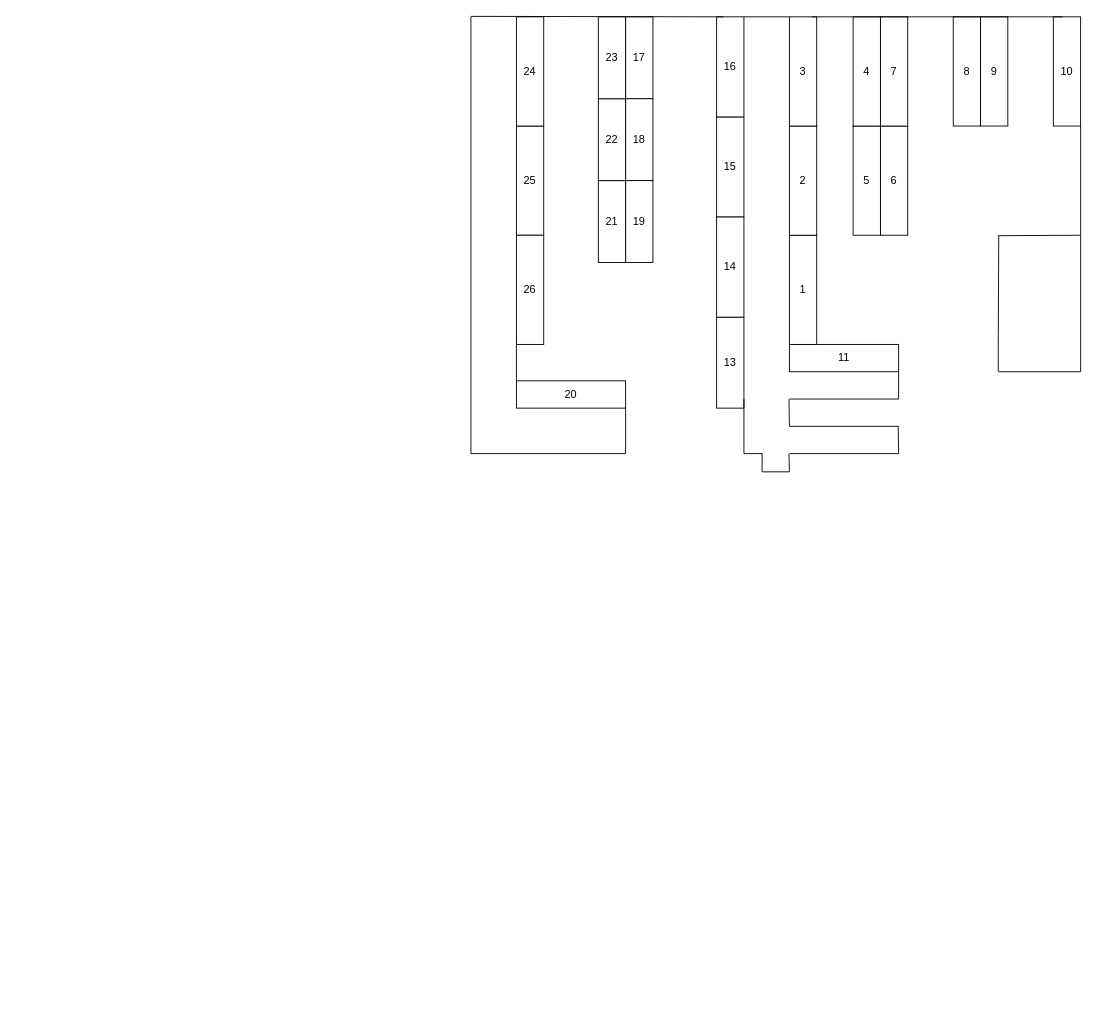
Before: doc/D区驿站平面图.drawio in 2685508440/Parcel_Delivery_Opt, a draw.io diagram. Source tidied: cells renumbered, new cells numbered last; positions are measured from the earlier drawing's top-left corner, leaving out a move shared by most shapes. Both pictures are drawn from the tidied source at 91%, with x=0, y=0 at pixel (470, 16).
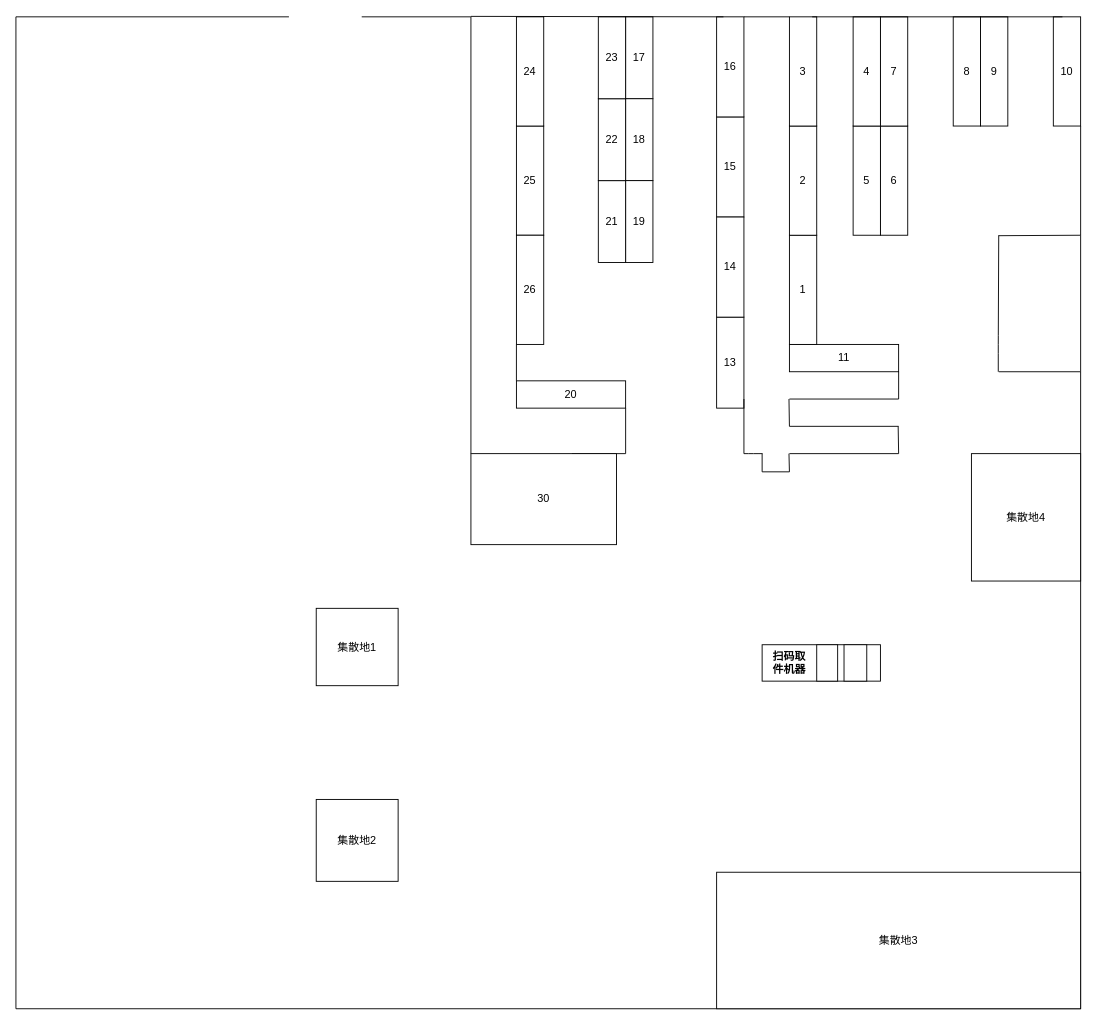
Above is the later version.

Commit message:
Update D区驿站平面图.drawio

Diff of the diagram source:
```diff
@@
     <mxCell id="44" style="endArrow=none;html=1;" parent="1" edge="1">
       <mxGeometry relative="1" as="geometry">
-        <mxPoint y="480" as="sourcePoint" />
+        <mxPoint x="111" y="480" as="sourcePoint" />
         <mxPoint x="170" y="480" as="targetPoint" />
       </mxGeometry>
     </mxCell>
@@
+    <mxCell id="50" value="30" style="rounded=0;whiteSpace=wrap;html=1;" parent="1" vertex="1">
+      <mxGeometry y="480" width="160" height="100" as="geometry" />
+    </mxCell>
+    <mxCell id="51" style="endArrow=none;html=1;" parent="1" edge="1" target="50">
+      <mxGeometry relative="1" as="geometry">
+        <mxPoint y="480" as="sourcePoint" />
+      </mxGeometry>
+    </mxCell>
+    <mxCell id="52" style="rounded=0;whiteSpace=wrap;html=1;" parent="1" vertex="1">
+      <mxGeometry x="320" y="690" width="130" height="40" as="geometry" />
+    </mxCell>
+    <mxCell id="53" style="rounded=0;whiteSpace=wrap;html=1;" parent="1" vertex="1">
+      <mxGeometry x="410" y="690" width="25" height="40" as="geometry" />
+    </mxCell>
+    <mxCell id="54" style="rounded=0;whiteSpace=wrap;html=1;" parent="1" vertex="1">
+      <mxGeometry x="380" y="690" width="23" height="40" as="geometry" />
+    </mxCell>
+    <mxCell id="55" value="&lt;h4&gt;扫码取件机器&lt;/h4&gt;" style="text;html=1;strokeColor=none;fillColor=none;align=center;verticalAlign=middle;whiteSpace=wrap;rounded=0;" parent="1" vertex="1">
+      <mxGeometry x="330" y="695" width="40" height="30" as="geometry" />
+    </mxCell>
+    <mxCell id="56" value="集散地1" style="rounded=0;whiteSpace=wrap;html=1;" parent="1" vertex="1">
+      <mxGeometry x="-170" y="650" width="90" height="85" as="geometry" />
+    </mxCell>
+    <mxCell id="57" value="集散地2" style="rounded=0;whiteSpace=wrap;html=1;" parent="1" vertex="1">
+      <mxGeometry x="-170" y="860" width="90" height="90" as="geometry" />
+    </mxCell>
+    <mxCell id="58" style="endArrow=none;html=1;" parent="1" edge="1">
+      <mxGeometry relative="1" as="geometry">
+        <mxPoint x="670" y="1090" as="sourcePoint" />
+        <mxPoint x="670" y="390" as="targetPoint" />
+      </mxGeometry>
+    </mxCell>
+    <mxCell id="59" style="endArrow=none;html=1;" parent="1" edge="1">
+      <mxGeometry relative="1" as="geometry">
+        <mxPoint x="-500" y="1090" as="sourcePoint" />
+        <mxPoint x="670" y="1090" as="targetPoint" />
+      </mxGeometry>
+    </mxCell>
+    <mxCell id="60" style="endArrow=none;html=1;" parent="1" edge="1">
+      <mxGeometry relative="1" as="geometry">
+        <mxPoint x="-500" y="1090" as="sourcePoint" />
+        <mxPoint x="-500" as="targetPoint" />
+      </mxGeometry>
+    </mxCell>
+    <mxCell id="61" style="endArrow=none;html=1;" parent="1" edge="1">
+      <mxGeometry relative="1" as="geometry">
+        <mxPoint x="-500" as="sourcePoint" />
+        <mxPoint x="-200" as="targetPoint" />
+      </mxGeometry>
+    </mxCell>
+    <mxCell id="62" style="endArrow=none;html=1;" parent="1" edge="1">
+      <mxGeometry relative="1" as="geometry">
+        <mxPoint x="-120" as="sourcePoint" />
+        <mxPoint as="targetPoint" />
+      </mxGeometry>
+    </mxCell>
+    <mxCell id="63" value="集散地3" style="rounded=0;whiteSpace=wrap;html=1;" parent="1" vertex="1">
+      <mxGeometry x="270" y="940" width="400" height="150" as="geometry" />
+    </mxCell>
+    <mxCell id="64" value="集散地4" style="rounded=0;whiteSpace=wrap;html=1;" parent="1" vertex="1">
+      <mxGeometry x="550" y="480" width="120" height="140" as="geometry" />
+    </mxCell>
```
